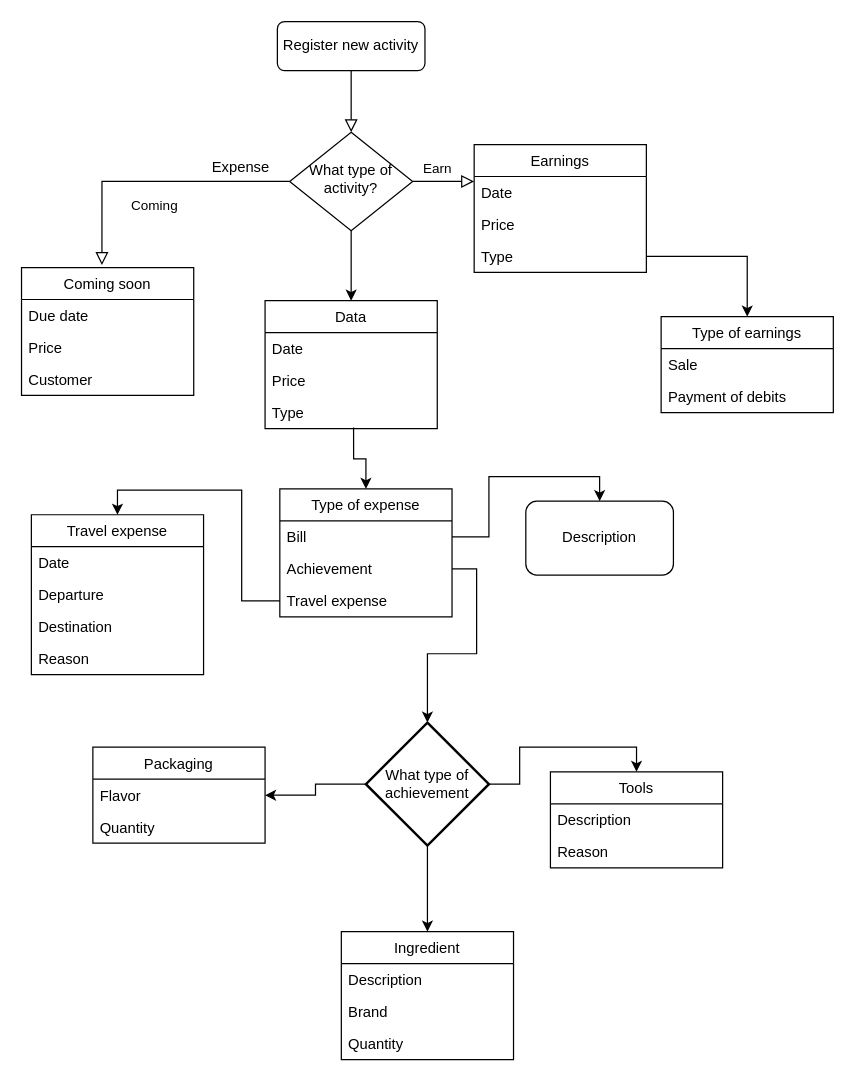
nathalopes/computer-science keeps this draw.io diagram as Untitled Diagram.drawio. Above is the earlier version. Source tidied: cells renumbered, new cells numbered last; positions are measured from the earlier drawing's top-left corner, leaving out a move shared by most shapes. Both pictures are drawn from the tidied source at 123%, with x=0, y=0 at pixel (21, 21).
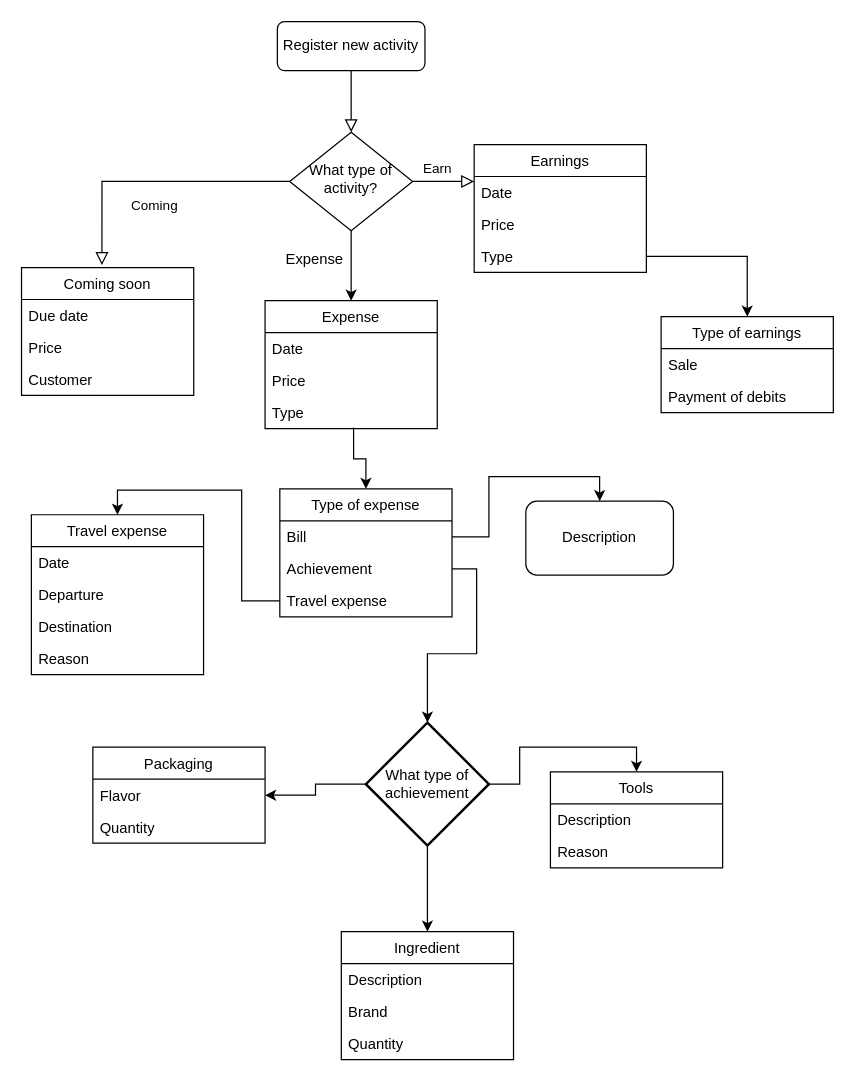
After the change.

What changed in the source:
```diff
@@
     <mxCell id="8" value="Expense" style="text;html=1;align=center;verticalAlign=middle;" parent="1" vertex="1">
-      <mxGeometry x="148" y="109" width="60" height="20" as="geometry" />
+      <mxGeometry x="208" y="184" width="60" height="20" as="geometry" />
     </mxCell>
@@
-    <mxCell id="17" value="Data" style="swimlane;fontStyle=0;horizontal=1;startSize=26;fillColor=none;" parent="1" vertex="1">
+    <mxCell id="17" value="Expense" style="swimlane;fontStyle=0;horizontal=1;startSize=26;fillColor=none;" parent="1" vertex="1">
       <mxGeometry x="198" y="227" width="140" height="104" as="geometry" />
     </mxCell>
```
